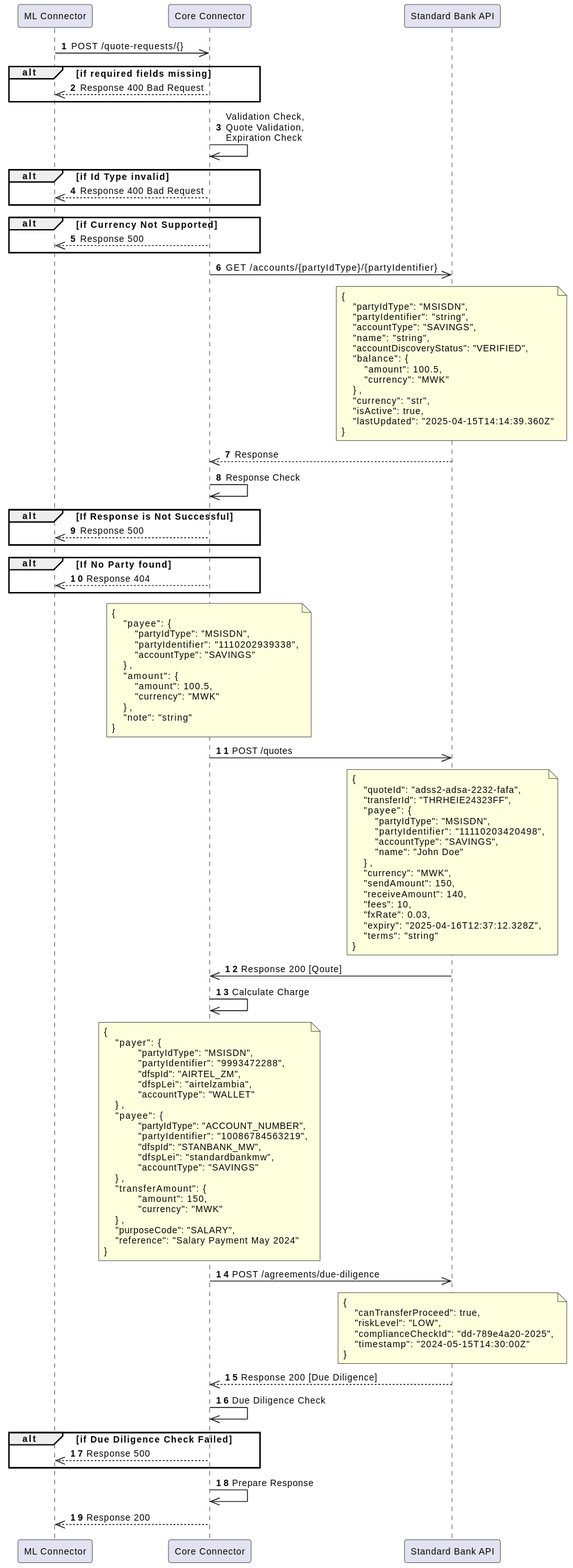
Above: standard-bank-mw-core-connector/docs/payee/images/payee-quote-requests.svg in mojaloop/ml-reference-connectors (PlantUML), before the change.
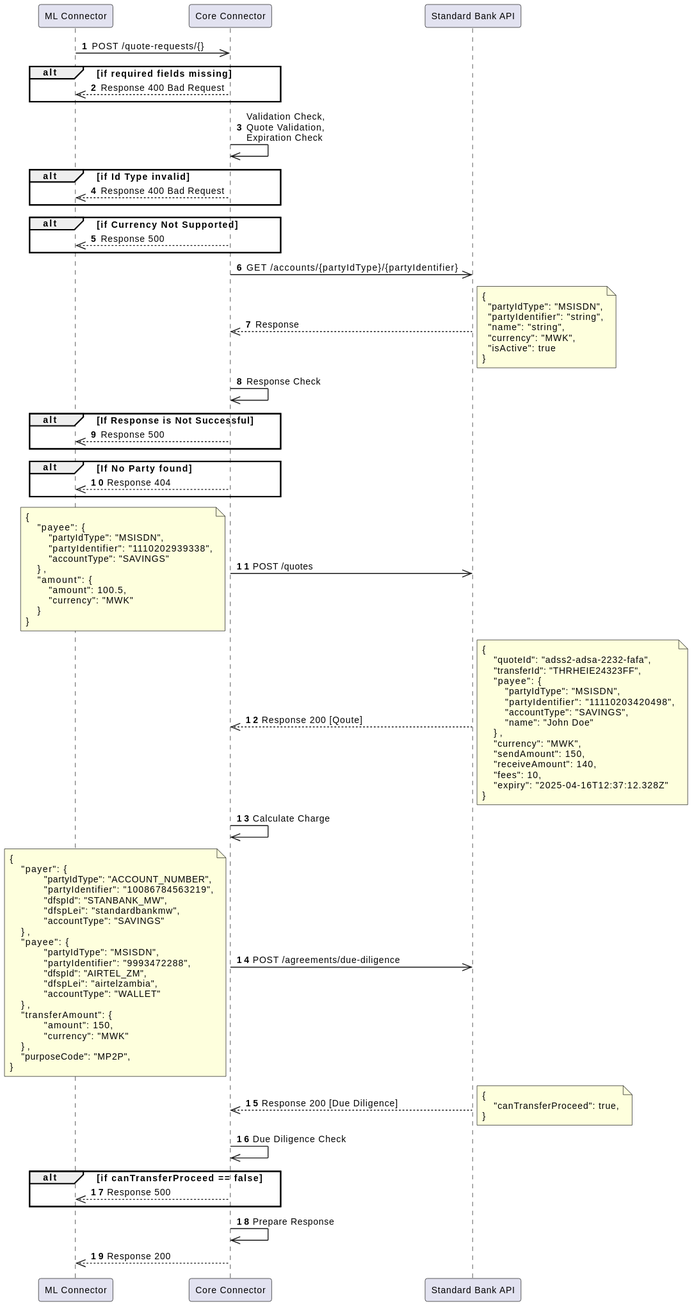
Later version of the same file.

The edit, as a diff of the source:
```diff
@@ -24,23 +24,16 @@
 
 CC ->> SBAPI: GET /accounts/{partyIdType}/{partyIdentifier}
 
-note over SBAPI
+SBAPI -->> CC: Response
+note right
 {
-    "partyIdType": "MSISDN",
-    "partyIdentifier": "string",
-    "accountType": "SAVINGS",
-    "name": "string",
-    "accountDiscoveryStatus": "VERIFIED",
-    "balance": {
-        "amount": 100.5,
-        "currency": "MWK"
-    },
-    "currency": "str",
-    "isActive": true,
-    "lastUpdated": "2025-04-15T14:14:39.360Z"
+  "partyIdType": "MSISDN",
+  "partyIdentifier": "string",
+  "name": "string",
+  "currency": "MWK",
+  "isActive": true
 }
 end note
-SBAPI -->> CC: Response
 
 CC ->> CC: Response Check
 
@@ -52,7 +45,8 @@
     CC -->> ML: Response 404
 end
 
-note over CC
+CC ->> SBAPI: POST /quotes
+note left
 {
     "payee": {
         "partyIdType": "MSISDN",
@@ -62,13 +56,13 @@
     "amount": {
         "amount": 100.5,
         "currency": "MWK"
-    },
-    "note": "string"
+    }
 }
 end note
-CC ->> SBAPI: POST /quotes
 
-note over SBAPI
+
+SBAPI -->> CC: Response 200 [Qoute]
+note right
 {
     "quoteId": "adss2-adsa-2232-fafa",
     "transferId": "THRHEIE24323FF",
@@ -82,53 +76,46 @@
     "sendAmount": 150,
     "receiveAmount": 140,
     "fees": 10,
-    "fxRate": 0.03,
-    "expiry": "2025-04-16T12:37:12.328Z",
-    "terms": "string"
+    "expiry": "2025-04-16T12:37:12.328Z"
 }
 end note
-SBAPI ->> CC: Response 200 [Qoute]
 
 CC ->> CC: Calculate Charge
 
-note over CC
+CC ->> SBAPI: POST /agreements/due-diligence
+note left
 {
     "payer": {
+            "partyIdType": "ACCOUNT_NUMBER",
+            "partyIdentifier": "10086784563219",
+            "dfspId": "STANBANK_MW",
+            "dfspLei": "standardbankmw",
+            "accountType": "SAVINGS"
+    },
+    "payee": {
             "partyIdType": "MSISDN",
             "partyIdentifier": "9993472288",
             "dfspId": "AIRTEL_ZM",
             "dfspLei": "airtelzambia",
             "accountType": "WALLET"
     },
-    "payee": {
-            "partyIdType": "ACCOUNT_NUMBER",
-            "partyIdentifier": "10086784563219",
-            "dfspId": "STANBANK_MW",
-            "dfspLei": "standardbankmw",
-            "accountType": "SAVINGS"
-    },
     "transferAmount": {
             "amount": 150,
             "currency": "MWK"
     },
-    "purposeCode": "SALARY",
-    "reference": "Salary Payment May 2024"
-}
-end note
-CC ->> SBAPI: POST /agreements/due-diligence
-
-note over SBAPI
-{
-    "canTransferProceed": true,
-    "riskLevel": "LOW",
-    "complianceCheckId": "dd-789e4a20-2025",
-    "timestamp": "2024-05-15T14:30:00Z"
+    "purposeCode": "MP2P",
 }
 end note
 
 SBAPI -->> CC: Response 200 [Due Diligence]
+note right
+{
+    "canTransferProceed": true,
+}
+end note
+
 CC ->> CC: Due Diligence Check
-alt if Due Diligence Check Failed
+alt if canTransferProceed == false
     CC -->> ML: Response 500
 end
 
```
